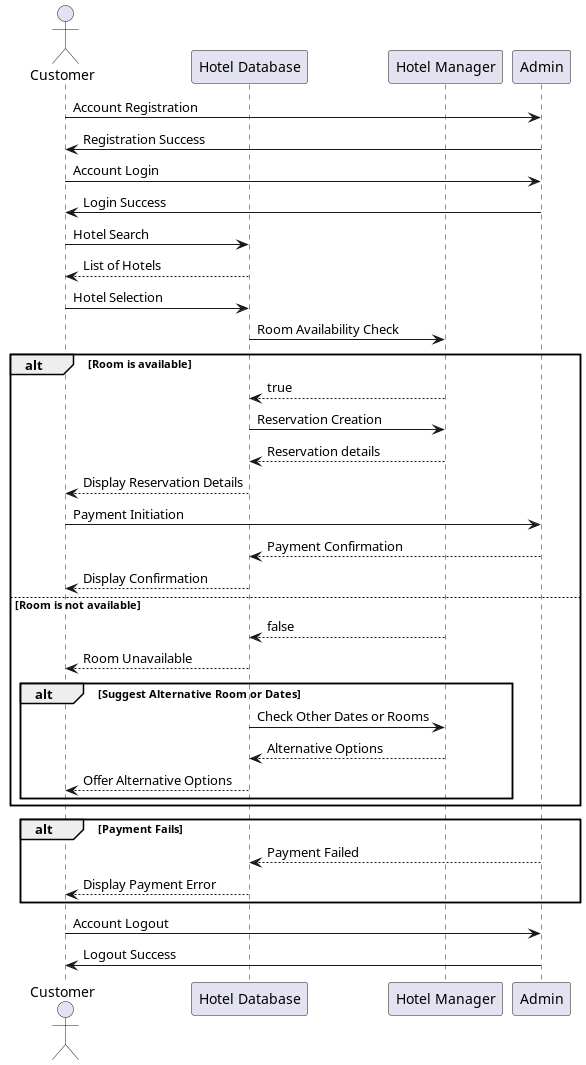
Earlier version of the PlantUML export UML/HOTEL_reservation_system/Sequence.png (Harshit-code-tech/Hotel_reservation_system_se).
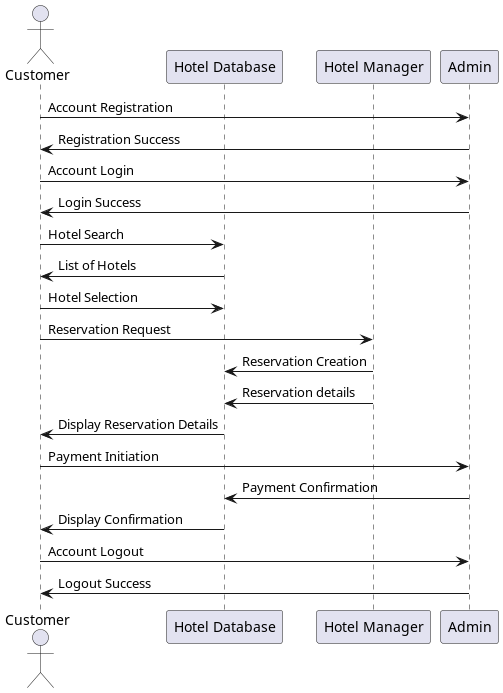
After the commit.

The edit, as a diff of the source:
```diff
@@ -10,35 +10,19 @@
 Customer -> Admin: Account Login
 Admin -> Customer: Login Success
 
-
-
 Customer -> DB: Hotel Search
-DB --> Customer: List of Hotels
+DB -> Customer: List of Hotels
 
 Customer -> DB: Hotel Selection
-DB -> Manager: Room Availability Check
-alt Room is available
-    Manager --> DB: true
-    DB -> Manager: Reservation Creation
-    Manager --> DB: Reservation details
-    DB --> Customer: Display Reservation Details
-    Customer -> Admin: Payment Initiation
-    Admin --> DB: Payment Confirmation
-    DB --> Customer: Display Confirmation
-else Room is not available
-    Manager --> DB: false
-    DB --> Customer: Room Unavailable
-    alt Suggest Alternative Room or Dates
-        DB -> Manager: Check Other Dates or Rooms
-        Manager --> DB: Alternative Options
-        DB --> Customer: Offer Alternative Options
-    end
-end
+Customer -> Manager: Reservation Request
+Manager -> DB: Reservation Creation
+Manager -> DB: Reservation details
+DB -> Customer: Display Reservation Details
 
-alt Payment Fails
-    Admin --> DB: Payment Failed
-    DB --> Customer: Display Payment Error
-end
+Customer -> Admin: Payment Initiation
+Admin -> DB: Payment Confirmation
+DB -> Customer: Display Confirmation
+
 Customer -> Admin: Account Logout
 Admin -> Customer: Logout Success
 @enduml
```
